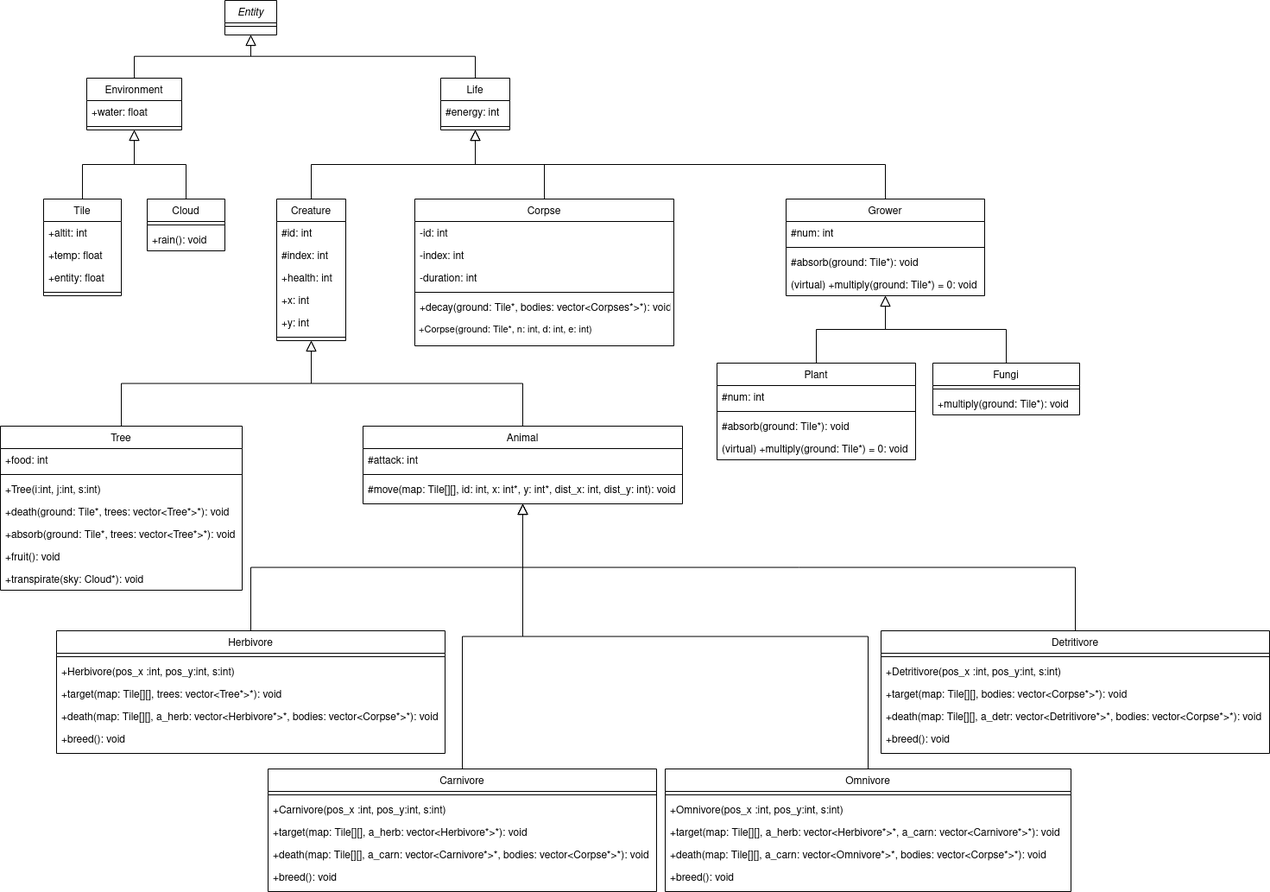
Above: images/UML_Diagram.png in RandomNick7/oop_lab_3 (draw.io), before the change. Source tidied: cells renumbered, new cells last; positions are measured from the earlier drawing's top-left corner, leaving out a move shared by most shapes.
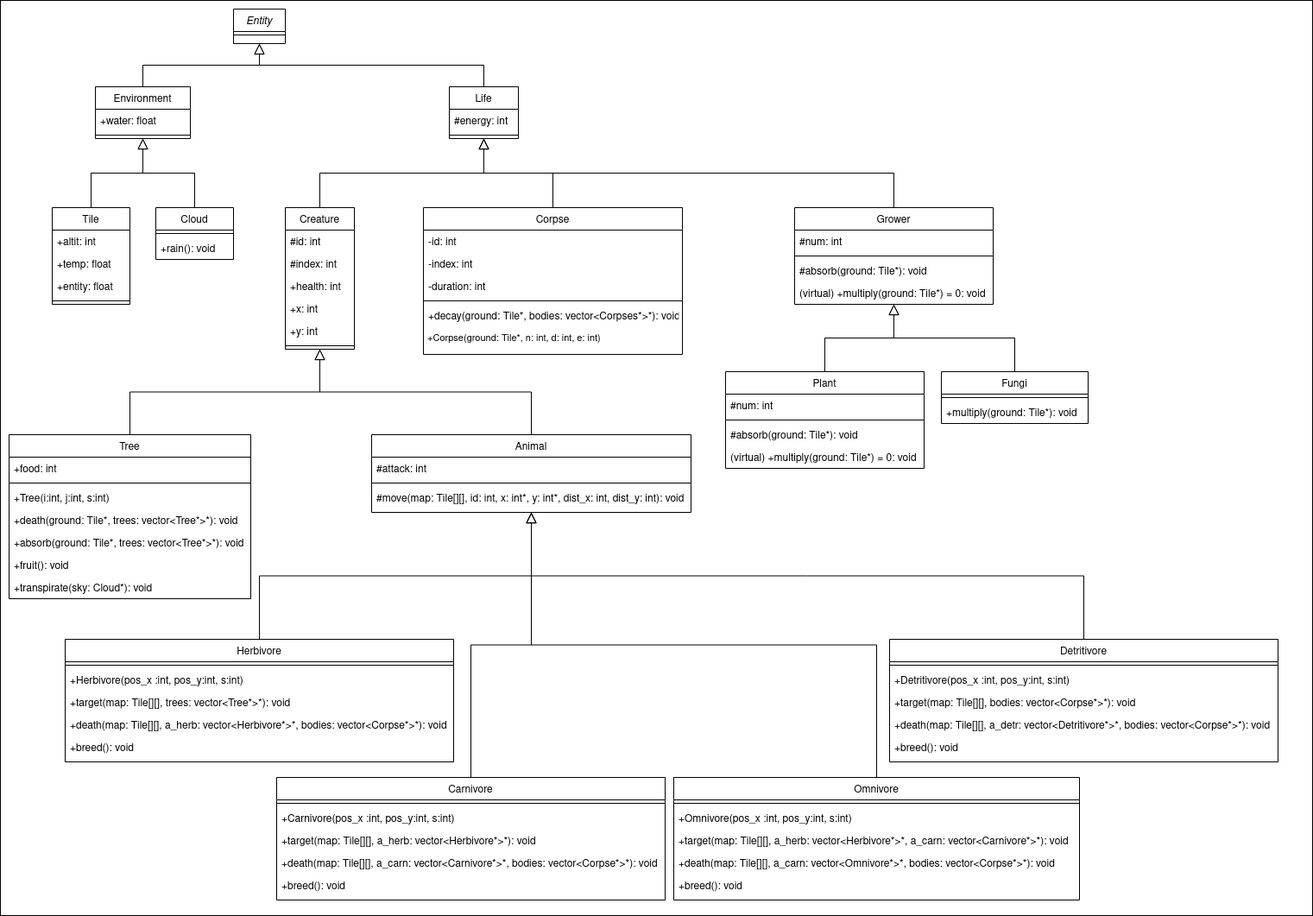
After the commit.

Commit message:
Image Transparency Removal

What changed in the source:
```diff
@@ -2,6 +2,9 @@
   <root>
     <mxCell id="0" />
     <mxCell id="1" parent="0" />
+    <mxCell id="96" style="rounded=0;whiteSpace=wrap;html=1;" parent="1" vertex="1">
+      <mxGeometry x="-10" y="-10" width="1520" height="1060" as="geometry" />
+    </mxCell>
     <mxCell id="2" value="Entity" style="swimlane;fontStyle=2;align=center;verticalAlign=top;horizontal=1;startSize=26;rounded=0;shadow=0;strokeWidth=1;" parent="1" vertex="1">
       <mxGeometry x="260" width="60" height="40" as="geometry" />
     </mxCell>
```
